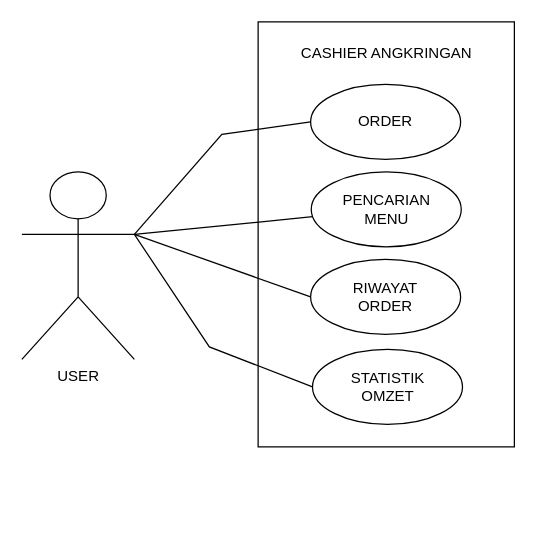
Above: usecase-cashier.drawio in fjarr/cashier (draw.io), before the change. Source tidied: cells renumbered, new cells numbered last; positions are measured from the earlier drawing's top-left corner, leaving out a move shared by most shapes. Both pictures are drawn from the tidied source at 125%, with x=0, y=0 at pixel (21, 34).
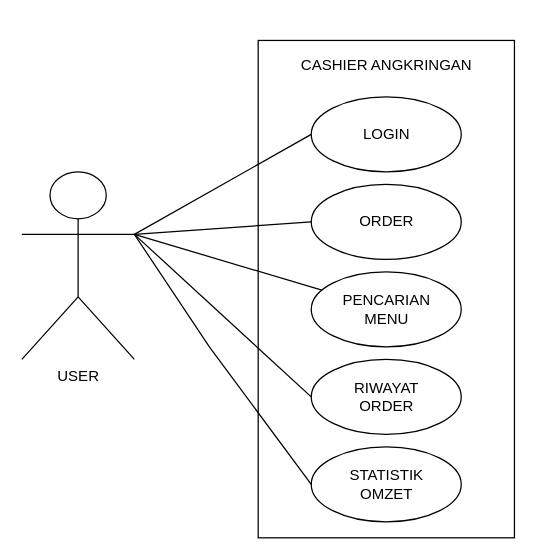
The same diagram, later.

Change to the diagram source:
```diff
@@
 <mxGraphModel>
   <root>
     <mxCell id="0" />
     <mxCell id="1" parent="0" />
     <mxCell id="2" style="rounded=0;whiteSpace=wrap;html=1;rotation=90;" parent="1" vertex="1">
-      <mxGeometry x="121.5" y="57.5" width="340" height="205" as="geometry" />
+      <mxGeometry x="92.6" y="101.3" width="397.9" height="205" as="geometry" />
     </mxCell>
     <mxCell id="3" value="ORDER" style="ellipse;whiteSpace=wrap;html=1;" parent="1" vertex="1">
-      <mxGeometry x="231" y="40" width="120" height="60" as="geometry" />
+      <mxGeometry x="231.5" y="120" width="120" height="60" as="geometry" />
     </mxCell>
     <mxCell id="4" value="PENCARIAN&lt;div&gt;MENU&lt;/div&gt;" style="ellipse;whiteSpace=wrap;html=1;" parent="1" vertex="1">
-      <mxGeometry x="231.5" y="110" width="120" height="60" as="geometry" />
+      <mxGeometry x="231.5" y="190" width="120" height="60" as="geometry" />
     </mxCell>
     <mxCell id="5" value="RIWAYAT&lt;div&gt;ORDER&lt;/div&gt;" style="ellipse;whiteSpace=wrap;html=1;" parent="1" vertex="1">
-      <mxGeometry x="231" y="180" width="120" height="60" as="geometry" />
+      <mxGeometry x="231.5" y="260" width="120" height="60" as="geometry" />
     </mxCell>
     <mxCell id="6" value="STATISTIK&lt;div&gt;OMZET&lt;/div&gt;" style="ellipse;whiteSpace=wrap;html=1;" parent="1" vertex="1">
-      <mxGeometry x="232.5" y="252" width="120" height="60" as="geometry" />
+      <mxGeometry x="231.5" y="330" width="120" height="60" as="geometry" />
     </mxCell>
     <mxCell id="7" value="CASHIER ANGKRINGAN" style="text;html=1;align=center;verticalAlign=middle;whiteSpace=wrap;rounded=0;" parent="1" vertex="1">
-      <mxGeometry x="213.5" width="156" height="30" as="geometry" />
+      <mxGeometry x="213.5" y="10" width="156" height="30" as="geometry" />
     </mxCell>
     <mxCell id="8" value="USER" style="shape=umlActor;verticalLabelPosition=bottom;verticalAlign=top;html=1;" parent="1" vertex="1">
       <mxGeometry y="110" width="90" height="150" as="geometry" />
     </mxCell>
     <mxCell id="9" style="endArrow=none;html=1;rounded=0;entryX=0;entryY=0.5;entryDx=0;entryDy=0;" parent="1" edge="1" target="3">
       <mxGeometry relative="1" as="geometry">
         <mxPoint x="90" y="160" as="sourcePoint" />
-        <Array as="points">
-          <mxPoint x="160" y="80" />
-        </Array>
       </mxGeometry>
     </mxCell>
     <mxCell id="10" style="endArrow=none;html=1;rounded=0;" parent="1" edge="1" target="4">
       <mxGeometry relative="1" as="geometry">
         <mxPoint x="90" y="160" as="sourcePoint" />
       </mxGeometry>
     </mxCell>
     <mxCell id="11" style="endArrow=none;html=1;rounded=0;entryX=0;entryY=0.5;entryDx=0;entryDy=0;" parent="1" edge="1" target="5">
       <mxGeometry relative="1" as="geometry">
         <mxPoint x="90" y="160" as="sourcePoint" />
       </mxGeometry>
     </mxCell>
     <mxCell id="12" style="endArrow=none;html=1;rounded=0;entryX=0;entryY=0.5;entryDx=0;entryDy=0;" parent="1" edge="1" target="6">
       <mxGeometry relative="1" as="geometry">
         <mxPoint x="90" y="160" as="sourcePoint" />
         <Array as="points">
           <mxPoint x="150" y="250" />
         </Array>
       </mxGeometry>
     </mxCell>
+    <mxCell id="13" value="LOGIN" style="ellipse;whiteSpace=wrap;html=1;" parent="1" vertex="1">
+      <mxGeometry x="231.5" y="50" width="120" height="60" as="geometry" />
+    </mxCell>
+    <mxCell id="14" style="endArrow=none;html=1;rounded=0;entryX=0;entryY=0.5;entryDx=0;entryDy=0;" parent="1" edge="1" target="13">
+      <mxGeometry relative="1" as="geometry">
+        <mxPoint x="90" y="160" as="sourcePoint" />
+      </mxGeometry>
+    </mxCell>
   </root>
 </mxGraphModel>
```
